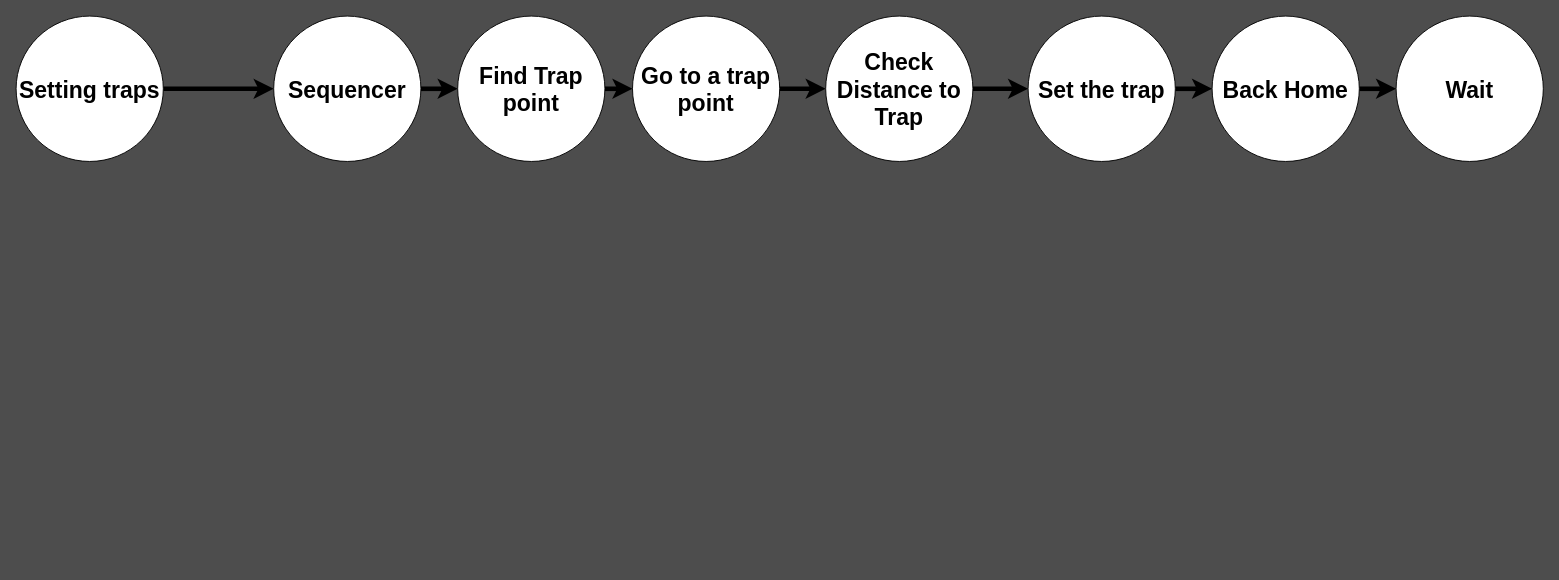
arturo101199/GardenBattle keeps this draw.io diagram as page "Actions" (2 of 2) of Design/Spider.drawio. Above is the earlier version. Source tidied: cells renumbered, new cells numbered last; positions are measured from the earlier drawing's top-left corner, leaving out a move shared by most shapes. Both pictures are drawn from the tidied source at 92%, with x=0, y=0 at pixel (16, 16).
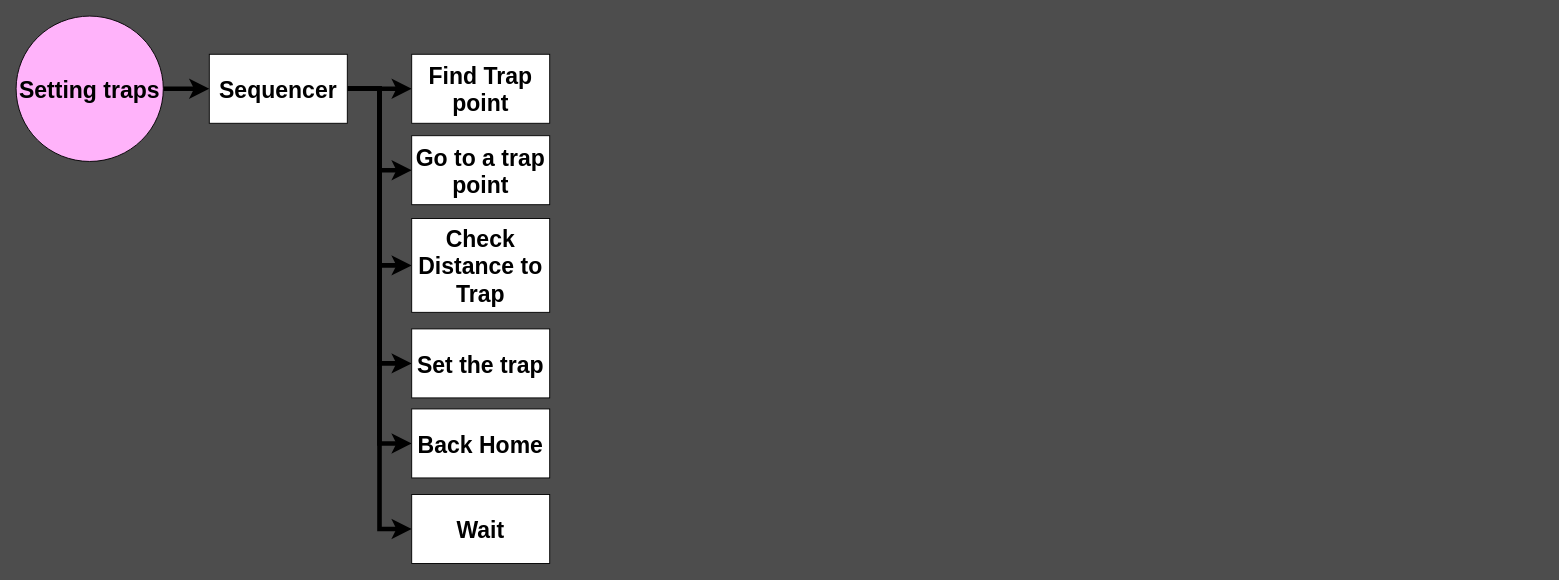
After the change.

Diff of the diagram source:
```diff
@@
 <mxGraphModel background="#4D4D4D">
   <root>
     <mxCell id="0" />
     <mxCell id="1" parent="0" />
-    <mxCell id="2" style="edgeStyle=orthogonalEdgeStyle;rounded=0;jettySize=auto;html=1;exitX=1;exitY=0.5;exitDx=0;exitDy=0;strokeWidth=5;entryX=0;entryY=0.5;entryDx=0;entryDy=0;" parent="1" edge="1" source="3" target="12">
+    <mxCell id="2" style="edgeStyle=orthogonalEdgeStyle;rounded=0;jettySize=auto;html=1;exitX=1;exitY=0.5;exitDx=0;exitDy=0;entryX=0;entryY=0.5;entryDx=0;entryDy=0;strokeWidth=5;" parent="1" edge="1" source="3" target="12">
       <mxGeometry relative="1" as="geometry" />
     </mxCell>
-    <mxCell id="3" value="&lt;font style=&quot;font-size: 25px&quot;&gt;&lt;b&gt;Setting traps&lt;br&gt;&lt;/b&gt;&lt;/font&gt;" style="ellipse;whiteSpace=wrap;html=1;" parent="1" vertex="1">
+    <mxCell id="3" value="&lt;font style=&quot;font-size: 25px&quot;&gt;&lt;b&gt;Setting traps&lt;br&gt;&lt;/b&gt;&lt;/font&gt;" style="ellipse;whiteSpace=wrap;html=1;fillColor=#FFB3FA;" parent="1" vertex="1">
       <mxGeometry width="160" height="158" as="geometry" />
     </mxCell>
+    <mxCell id="11" style="edgeStyle=orthogonalEdgeStyle;rounded=0;jettySize=auto;html=1;exitX=1;exitY=0.5;exitDx=0;exitDy=0;entryX=0;entryY=0.5;entryDx=0;entryDy=0;strokeWidth=5;" parent="1" edge="1" source="12" target="14">
+      <mxGeometry relative="1" as="geometry" />
+    </mxCell>
+    <mxCell id="17" style="edgeStyle=orthogonalEdgeStyle;rounded=0;jettySize=auto;html=1;exitX=1;exitY=0.5;exitDx=0;exitDy=0;entryX=0;entryY=0.5;entryDx=0;entryDy=0;strokeWidth=5;" parent="1" edge="1" source="12" target="6">
+      <mxGeometry relative="1" as="geometry" />
+    </mxCell>
+    <mxCell id="18" style="edgeStyle=orthogonalEdgeStyle;rounded=0;jettySize=auto;html=1;exitX=1;exitY=0.5;exitDx=0;exitDy=0;entryX=0;entryY=0.5;entryDx=0;entryDy=0;strokeWidth=5;" parent="1" edge="1" source="12" target="16">
+      <mxGeometry relative="1" as="geometry" />
+    </mxCell>
+    <mxCell id="19" style="edgeStyle=orthogonalEdgeStyle;rounded=0;jettySize=auto;html=1;exitX=1;exitY=0.5;exitDx=0;exitDy=0;entryX=0;entryY=0.5;entryDx=0;entryDy=0;strokeWidth=5;" parent="1" edge="1" source="12" target="8">
+      <mxGeometry relative="1" as="geometry" />
+    </mxCell>
+    <mxCell id="20" style="edgeStyle=orthogonalEdgeStyle;rounded=0;jettySize=auto;html=1;exitX=1;exitY=0.5;exitDx=0;exitDy=0;entryX=0;entryY=0.5;entryDx=0;entryDy=0;strokeWidth=5;" parent="1" edge="1" source="12" target="10">
+      <mxGeometry relative="1" as="geometry" />
+    </mxCell>
+    <mxCell id="21" style="edgeStyle=orthogonalEdgeStyle;rounded=0;jettySize=auto;html=1;exitX=1;exitY=0.5;exitDx=0;exitDy=0;entryX=0;entryY=0.5;entryDx=0;entryDy=0;strokeWidth=5;" parent="1" edge="1" source="12" target="4">
+      <mxGeometry relative="1" as="geometry" />
+    </mxCell>
+    <mxCell id="12" value="&lt;b style=&quot;font-size: 25px&quot;&gt;Sequencer&lt;/b&gt;" style="rounded=0;whiteSpace=wrap;html=1;fillColor=#FFFFFF;" parent="1" vertex="1">
+      <mxGeometry x="210" y="41.5" width="150" height="75" as="geometry" />
+    </mxCell>
+    <mxCell id="14" value="&lt;b style=&quot;font-size: 25px&quot;&gt;Find Trap point&lt;/b&gt;" style="rounded=0;whiteSpace=wrap;html=1;fillColor=#FFFFFF;" parent="1" vertex="1">
+      <mxGeometry x="430" y="41.5" width="150" height="75" as="geometry" />
+    </mxCell>
+    <mxCell id="6" value="&lt;b style=&quot;font-size: 25px&quot;&gt;Go to a trap point&lt;/b&gt;" style="rounded=0;whiteSpace=wrap;html=1;fillColor=#FFFFFF;" parent="1" vertex="1">
+      <mxGeometry x="430" y="130" width="150" height="75" as="geometry" />
+    </mxCell>
+    <mxCell id="16" value="&lt;b style=&quot;font-size: 25px&quot;&gt;Check Distance to Trap&lt;/b&gt;" style="rounded=0;whiteSpace=wrap;html=1;fillColor=#FFFFFF;" parent="1" vertex="1">
+      <mxGeometry x="430" y="220" width="150" height="102" as="geometry" />
+    </mxCell>
+    <mxCell id="8" value="&lt;b style=&quot;font-size: 25px&quot;&gt;Set the trap&lt;/b&gt;" style="rounded=0;whiteSpace=wrap;html=1;fillColor=#FFFFFF;" parent="1" vertex="1">
+      <mxGeometry x="430" y="340" width="150" height="75" as="geometry" />
+    </mxCell>
+    <mxCell id="10" value="&lt;b style=&quot;font-size: 25px&quot;&gt;Back Home&lt;/b&gt;" style="rounded=0;whiteSpace=wrap;html=1;fillColor=#FFFFFF;" parent="1" vertex="1">
+      <mxGeometry x="430" y="427" width="150" height="75" as="geometry" />
+    </mxCell>
-    <mxCell id="4" value="&lt;font style=&quot;font-size: 25px&quot;&gt;&lt;b&gt;Wait&lt;br&gt;&lt;/b&gt;&lt;/font&gt;" style="ellipse;whiteSpace=wrap;html=1;" parent="1" vertex="1">
-      <mxGeometry x="1500" width="160" height="158" as="geometry" />
+    <mxCell id="4" value="&lt;b style=&quot;font-size: 25px&quot;&gt;Wait&lt;/b&gt;" style="rounded=0;whiteSpace=wrap;html=1;fillColor=#FFFFFF;" parent="1" vertex="1">
+      <mxGeometry x="430" y="520" width="150" height="75" as="geometry" />
     </mxCell>
-    <mxCell id="5" style="edgeStyle=orthogonalEdgeStyle;rounded=0;jettySize=auto;html=1;exitX=1;exitY=0.5;exitDx=0;exitDy=0;entryX=0;entryY=0.5;entryDx=0;entryDy=0;strokeWidth=5;" parent="1" edge="1" source="6" target="16">
-      <mxGeometry relative="1" as="geometry" />
-    </mxCell>
-    <mxCell id="6" value="&lt;font style=&quot;font-size: 25px&quot;&gt;&lt;b&gt;Go to a trap point&lt;br&gt;&lt;/b&gt;&lt;/font&gt;" style="ellipse;whiteSpace=wrap;html=1;" parent="1" vertex="1">
-      <mxGeometry x="670" width="160" height="158" as="geometry" />
-    </mxCell>
-    <mxCell id="7" style="edgeStyle=orthogonalEdgeStyle;rounded=0;jettySize=auto;html=1;exitX=1;exitY=0.5;exitDx=0;exitDy=0;entryX=0;entryY=0.5;entryDx=0;entryDy=0;strokeWidth=5;" parent="1" edge="1" source="8" target="10">
-      <mxGeometry relative="1" as="geometry" />
-    </mxCell>
-    <mxCell id="8" value="&lt;font style=&quot;font-size: 25px&quot;&gt;&lt;b&gt;Set the trap&lt;br&gt;&lt;/b&gt;&lt;/font&gt;" style="ellipse;whiteSpace=wrap;html=1;" parent="1" vertex="1">
-      <mxGeometry x="1100" width="160" height="158" as="geometry" />
-    </mxCell>
-    <mxCell id="9" style="edgeStyle=orthogonalEdgeStyle;rounded=0;jettySize=auto;html=1;exitX=1;exitY=0.5;exitDx=0;exitDy=0;entryX=0;entryY=0.5;entryDx=0;entryDy=0;strokeWidth=5;" parent="1" edge="1" source="10" target="4">
-      <mxGeometry relative="1" as="geometry" />
-    </mxCell>
-    <mxCell id="10" value="&lt;font style=&quot;font-size: 25px&quot;&gt;&lt;b&gt;Back Home&lt;br&gt;&lt;/b&gt;&lt;/font&gt;" style="ellipse;whiteSpace=wrap;html=1;" parent="1" vertex="1">
-      <mxGeometry x="1300" width="160" height="158" as="geometry" />
-    </mxCell>
-    <mxCell id="11" style="edgeStyle=orthogonalEdgeStyle;rounded=0;jettySize=auto;html=1;exitX=1;exitY=0.5;exitDx=0;exitDy=0;entryX=0;entryY=0.5;entryDx=0;entryDy=0;strokeWidth=5;" parent="1" edge="1" source="12" target="14">
-      <mxGeometry relative="1" as="geometry" />
-    </mxCell>
-    <mxCell id="12" value="&lt;font style=&quot;font-size: 25px&quot;&gt;&lt;b&gt;Sequencer&lt;br&gt;&lt;/b&gt;&lt;/font&gt;" style="ellipse;whiteSpace=wrap;html=1;" parent="1" vertex="1">
-      <mxGeometry x="280" width="160" height="158" as="geometry" />
-    </mxCell>
-    <mxCell id="13" style="edgeStyle=orthogonalEdgeStyle;rounded=0;jettySize=auto;html=1;exitX=1;exitY=0.5;exitDx=0;exitDy=0;entryX=0;entryY=0.5;entryDx=0;entryDy=0;strokeWidth=5;" parent="1" edge="1" source="14" target="6">
-      <mxGeometry relative="1" as="geometry" />
-    </mxCell>
-    <mxCell id="14" value="&lt;font style=&quot;font-size: 25px&quot;&gt;&lt;b&gt;Find Trap point&lt;br&gt;&lt;/b&gt;&lt;/font&gt;" style="ellipse;whiteSpace=wrap;html=1;" parent="1" vertex="1">
-      <mxGeometry x="480" width="160" height="158" as="geometry" />
-    </mxCell>
-    <mxCell id="15" style="edgeStyle=orthogonalEdgeStyle;rounded=0;jettySize=auto;html=1;exitX=1;exitY=0.5;exitDx=0;exitDy=0;entryX=0;entryY=0.5;entryDx=0;entryDy=0;strokeWidth=5;" parent="1" edge="1" source="16" target="8">
-      <mxGeometry relative="1" as="geometry" />
-    </mxCell>
-    <mxCell id="16" value="&lt;font style=&quot;font-size: 25px&quot;&gt;&lt;b&gt;Check Distance to Trap&lt;br&gt;&lt;/b&gt;&lt;/font&gt;" style="ellipse;whiteSpace=wrap;html=1;" parent="1" vertex="1">
-      <mxGeometry x="880" width="160" height="158" as="geometry" />
-    </mxCell>
   </root>
 </mxGraphModel>
```
